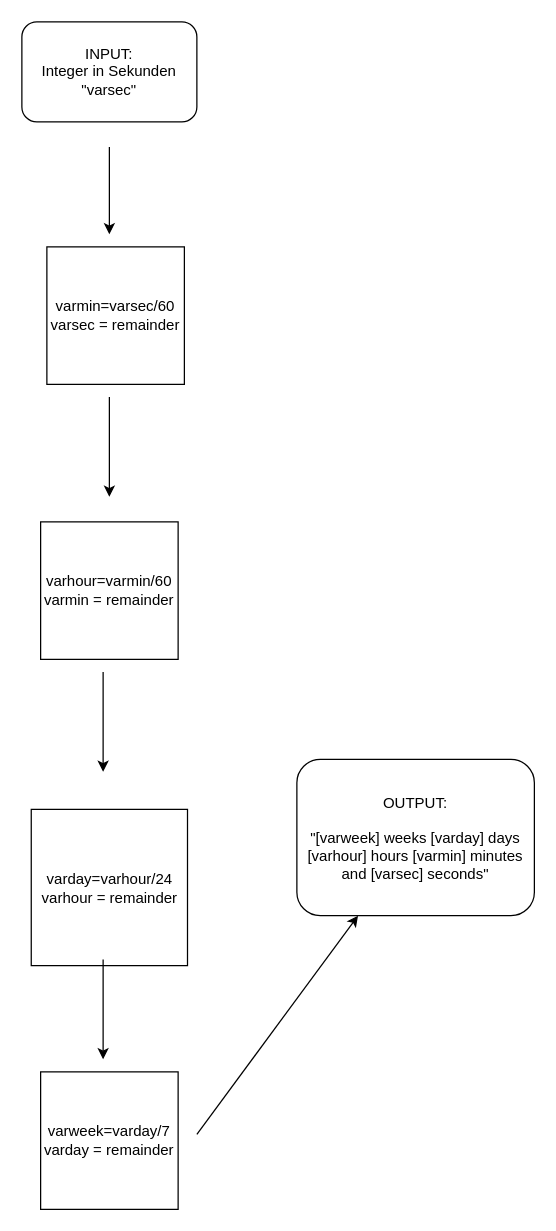
Eikaron/FE21-Algorithms-DAY1-AronMichael keeps this draw.io diagram as Intermediate.drawio. Above is the earlier version. Source tidied: cells renumbered, new cells numbered last; positions are measured from the earlier drawing's top-left corner, leaving out a move shared by most shapes. Both pictures are drawn from the tidied source at 125%, with x=0, y=0 at pixel (21, 21).
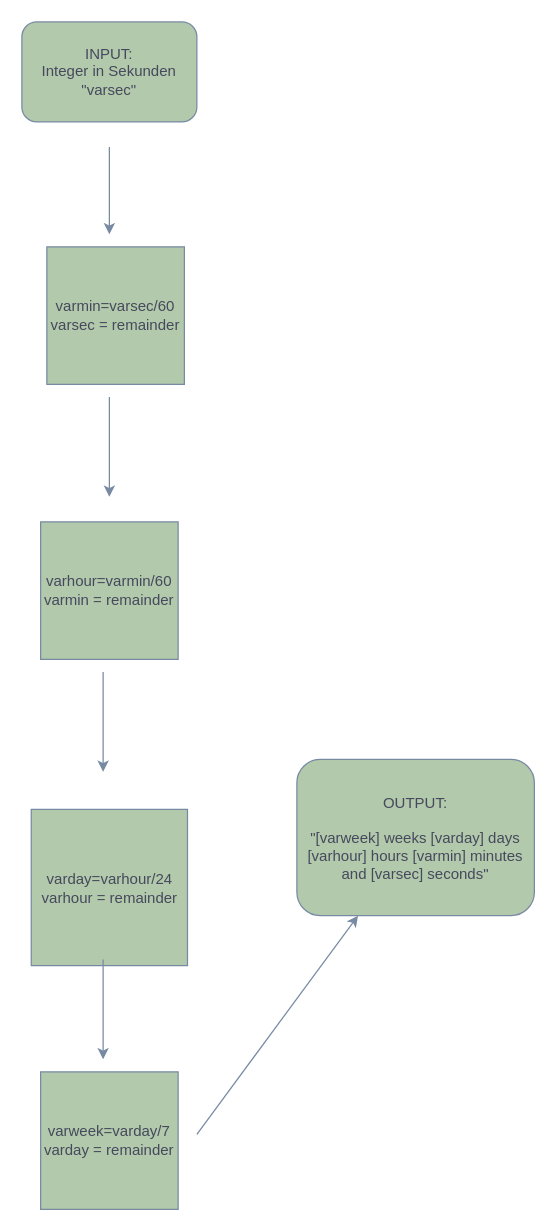
The same page after the edit.

Commit message (it also covers changes not shown here):
intermediate2 draft

What changed in the source:
```diff
@@
-<mxGraphModel>
+<mxGraphModel background="#ffffff">
   <root>
     <mxCell id="0" />
     <mxCell id="1" parent="0" />
-    <mxCell id="2" value="&lt;div&gt;INPUT: &lt;br&gt;&lt;/div&gt;&lt;div&gt;Integer in Sekunden&lt;/div&gt;&lt;div&gt;&quot;varsec&quot;&lt;br&gt;&lt;/div&gt;" style="rounded=1;whiteSpace=wrap;html=1;" parent="1" vertex="1">
+    <mxCell id="2" value="&lt;div&gt;INPUT: &lt;br&gt;&lt;/div&gt;&lt;div&gt;Integer in Sekunden&lt;/div&gt;&lt;div&gt;&quot;varsec&quot;&lt;br&gt;&lt;/div&gt;" style="rounded=1;whiteSpace=wrap;html=1;fillColor=#B2C9AB;strokeColor=#788AA3;fontColor=#46495D;" parent="1" vertex="1">
       <mxGeometry width="140" height="80" as="geometry" />
     </mxCell>
-    <mxCell id="3" style="endArrow=classic;html=1;" parent="1" edge="1">
+    <mxCell id="3" style="endArrow=classic;html=1;strokeColor=#788AA3;fontColor=#46495D;" parent="1" edge="1">
       <mxGeometry relative="1" as="geometry">
         <mxPoint x="70" y="100" as="sourcePoint" />
         <mxPoint x="70" y="170" as="targetPoint" />
       </mxGeometry>
     </mxCell>
-    <mxCell id="4" value="&lt;div&gt;varmin=varsec/60&lt;/div&gt;&lt;div&gt;varsec = remainder&lt;br&gt;&lt;/div&gt;" style="whiteSpace=wrap;html=1;" parent="1" vertex="1">
+    <mxCell id="4" value="&lt;div&gt;varmin=varsec/60&lt;/div&gt;&lt;div&gt;varsec = remainder&lt;br&gt;&lt;/div&gt;" style="whiteSpace=wrap;html=1;fillColor=#B2C9AB;strokeColor=#788AA3;fontColor=#46495D;" parent="1" vertex="1">
       <mxGeometry x="20" y="180" width="110" height="110" as="geometry" />
     </mxCell>
-    <mxCell id="5" style="endArrow=classic;html=1;" parent="1" edge="1">
+    <mxCell id="5" style="endArrow=classic;html=1;strokeColor=#788AA3;fontColor=#46495D;" parent="1" edge="1">
       <mxGeometry relative="1" as="geometry">
         <mxPoint x="70" y="300" as="sourcePoint" />
         <mxPoint x="70" y="380" as="targetPoint" />
       </mxGeometry>
     </mxCell>
-    <mxCell id="6" value="&lt;div&gt;varhour=varmin/60&lt;/div&gt;&lt;div&gt;varmin = remainder&lt;br&gt;&lt;/div&gt;" style="whiteSpace=wrap;html=1;" parent="1" vertex="1">
+    <mxCell id="6" value="&lt;div&gt;varhour=varmin/60&lt;/div&gt;&lt;div&gt;varmin = remainder&lt;br&gt;&lt;/div&gt;" style="whiteSpace=wrap;html=1;fillColor=#B2C9AB;strokeColor=#788AA3;fontColor=#46495D;" parent="1" vertex="1">
       <mxGeometry x="15" y="400" width="110" height="110" as="geometry" />
     </mxCell>
-    <mxCell id="7" style="endArrow=classic;html=1;" parent="1" edge="1">
+    <mxCell id="7" style="endArrow=classic;html=1;strokeColor=#788AA3;fontColor=#46495D;" parent="1" edge="1">
       <mxGeometry relative="1" as="geometry">
         <mxPoint x="65" y="520" as="sourcePoint" />
         <mxPoint x="65" y="600" as="targetPoint" />
       </mxGeometry>
     </mxCell>
-    <mxCell id="8" value="&lt;div&gt;varday=varhour/24&lt;/div&gt;&lt;div align=&quot;left&quot;&gt;varhour = remainder&lt;br&gt;&lt;/div&gt;" style="whiteSpace=wrap;html=1;" parent="1" vertex="1">
+    <mxCell id="8" value="&lt;div&gt;varday=varhour/24&lt;/div&gt;&lt;div align=&quot;left&quot;&gt;varhour = remainder&lt;br&gt;&lt;/div&gt;" style="whiteSpace=wrap;html=1;fillColor=#B2C9AB;strokeColor=#788AA3;fontColor=#46495D;" parent="1" vertex="1">
       <mxGeometry x="7.5" y="630" width="125" height="125" as="geometry" />
     </mxCell>
-    <mxCell id="9" style="endArrow=classic;html=1;" parent="1" edge="1">
+    <mxCell id="9" style="endArrow=classic;html=1;strokeColor=#788AA3;fontColor=#46495D;" parent="1" edge="1">
       <mxGeometry relative="1" as="geometry">
         <mxPoint x="65" y="750" as="sourcePoint" />
         <mxPoint x="65" y="830" as="targetPoint" />
       </mxGeometry>
     </mxCell>
-    <mxCell id="10" value="&lt;div&gt;varweek=varday/7&lt;/div&gt;&lt;div align=&quot;left&quot;&gt;varday = remainder&lt;br&gt;&lt;/div&gt;" style="whiteSpace=wrap;html=1;" parent="1" vertex="1">
+    <mxCell id="10" value="&lt;div&gt;varweek=varday/7&lt;/div&gt;&lt;div align=&quot;left&quot;&gt;varday = remainder&lt;br&gt;&lt;/div&gt;" style="whiteSpace=wrap;html=1;fillColor=#B2C9AB;strokeColor=#788AA3;fontColor=#46495D;" parent="1" vertex="1">
       <mxGeometry x="15" y="840" width="110" height="110" as="geometry" />
     </mxCell>
-    <mxCell id="11" style="endArrow=classic;html=1;" parent="1" edge="1" target="12">
+    <mxCell id="11" style="endArrow=classic;html=1;strokeColor=#788AA3;fontColor=#46495D;" parent="1" edge="1" target="12">
       <mxGeometry relative="1" as="geometry">
         <mxPoint x="140" y="890" as="sourcePoint" />
       </mxGeometry>
     </mxCell>
-    <mxCell id="12" value="&lt;div&gt;OUTPUT:&lt;/div&gt;&lt;div&gt;&lt;br&gt;&lt;/div&gt;&quot;[varweek] weeks [varday] days [varhour] hours [varmin] minutes and [varsec] seconds&quot; " style="rounded=1;whiteSpace=wrap;html=1;" parent="1" vertex="1">
+    <mxCell id="12" value="&lt;div&gt;OUTPUT:&lt;/div&gt;&lt;div&gt;&lt;br&gt;&lt;/div&gt;&quot;[varweek] weeks [varday] days [varhour] hours [varmin] minutes and [varsec] seconds&quot; " style="rounded=1;whiteSpace=wrap;html=1;fillColor=#B2C9AB;strokeColor=#788AA3;fontColor=#46495D;" parent="1" vertex="1">
       <mxGeometry x="220" y="590" width="190" height="125" as="geometry" />
     </mxCell>
   </root>
 </mxGraphModel>
```
